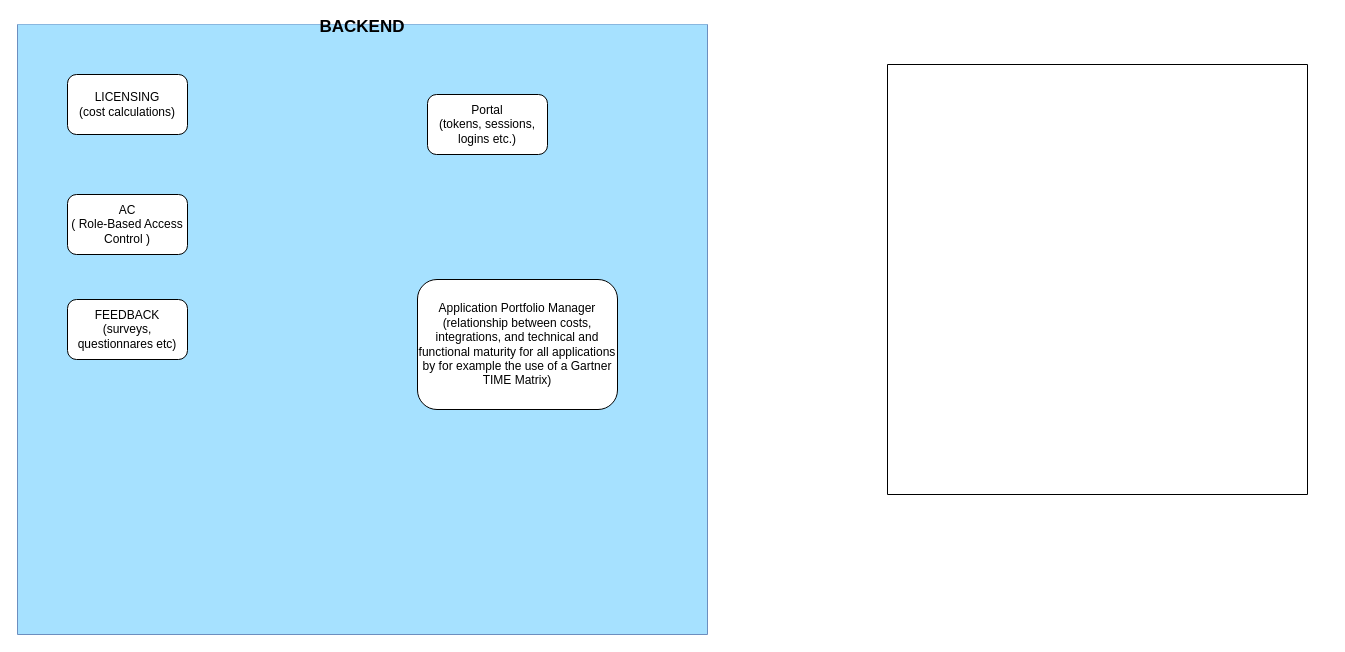
This is Untitled Diagram.drawio from buggehalvorsen/tundra, a draw.io file, before an edit. Source tidied: cells renumbered, new cells numbered last; positions are measured from the earlier drawing's top-left corner, leaving out a move shared by most shapes. Both pictures are drawn from the tidied source at 100%, with x=0, y=0 at pixel (17, 24).
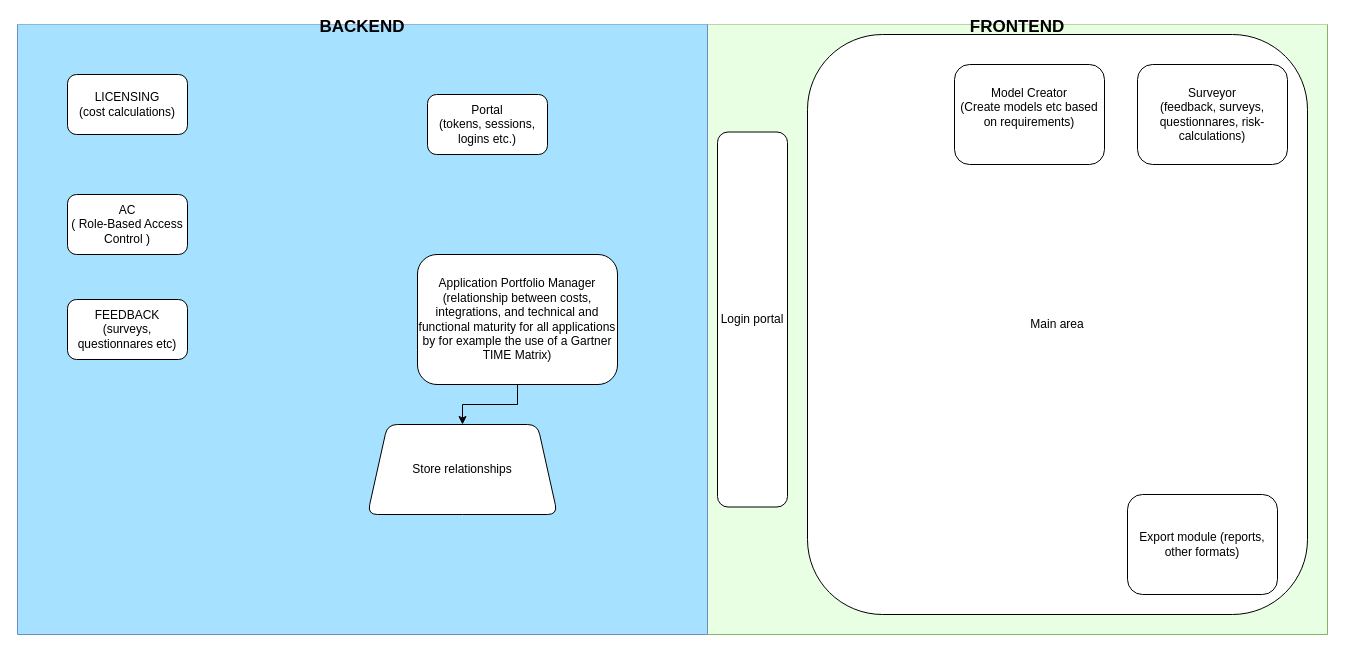
Above is the later version.

Diff of the diagram source:
```diff
@@
 <mxGraphModel>
   <root>
     <mxCell id="0" />
     <mxCell id="1" parent="0" />
-    <mxCell id="2" style="swimlane;startSize=0;" parent="1" vertex="1">
-      <mxGeometry x="870" y="40" width="420" height="430" as="geometry" />
+    <mxCell id="2" value="FRONTEND" style="swimlane;startSize=0;fillColor=#d5e8d4;strokeColor=#82b366;swimlaneFillColor=#E9FFE3;fontSize=17;" parent="1" vertex="1">
+      <mxGeometry x="690" width="620" height="610" as="geometry" />
     </mxCell>
+    <mxCell id="9" value="Login portal" style="rounded=1;whiteSpace=wrap;html=1;" parent="2" vertex="1">
+      <mxGeometry x="10" y="107.5" width="70" height="375" as="geometry" />
+    </mxCell>
+    <mxCell id="10" value="Main area" style="rounded=1;whiteSpace=wrap;html=1;" parent="2" vertex="1">
+      <mxGeometry x="100" y="10" width="500" height="580" as="geometry" />
+    </mxCell>
+    <mxCell id="11" value="Export module (reports, other formats)" style="rounded=1;whiteSpace=wrap;html=1;" parent="2" vertex="1">
+      <mxGeometry x="420" y="470" width="150" height="100" as="geometry" />
+    </mxCell>
+    <mxCell id="12" value="Model Creator&lt;br&gt;(Create models etc based on requirements)&lt;br&gt;&lt;br&gt;" style="rounded=1;whiteSpace=wrap;html=1;" parent="2" vertex="1">
+      <mxGeometry x="247" y="40" width="150" height="100" as="geometry" />
+    </mxCell>
+    <mxCell id="13" value="Surveyor&lt;br&gt;(feedback, surveys, questionnares, risk-calculations)" style="rounded=1;whiteSpace=wrap;html=1;" parent="2" vertex="1">
+      <mxGeometry x="430" y="40" width="150" height="100" as="geometry" />
+    </mxCell>
     <mxCell id="3" value="BACKEND" style="swimlane;startSize=0;fillColor=#dae8fc;strokeColor=#6C8EBF;glass=0;gradientColor=none;swimlaneFillColor=#A6E1FF;fontSize=17;" parent="1" vertex="1">
       <mxGeometry width="690" height="610" as="geometry" />
     </mxCell>
     <mxCell id="4" value="AC&lt;br&gt;( Role-Based Access Control )" style="rounded=1;whiteSpace=wrap;html=1;" parent="3" vertex="1">
       <mxGeometry x="50" y="170" width="120" height="60" as="geometry" />
     </mxCell>
+    <mxCell id="14" style="edgeStyle=orthogonalEdgeStyle;rounded=0;jettySize=auto;html=1;" parent="3" edge="1" source="5" target="15">
+      <mxGeometry relative="1" as="geometry" />
+    </mxCell>
     <mxCell id="5" value="Application Portfolio Manager&lt;br&gt;(relationship between costs, integrations, and technical and functional maturity for all applications by for example the use of a Gartner TIME Matrix)" style="rounded=1;whiteSpace=wrap;html=1;" parent="3" vertex="1">
-      <mxGeometry x="400" y="255" width="200" height="130" as="geometry" />
+      <mxGeometry x="400" y="230" width="200" height="130" as="geometry" />
     </mxCell>
     <mxCell id="6" value="LICENSING&lt;br&gt;(cost calculations)" style="rounded=1;whiteSpace=wrap;html=1;" parent="3" vertex="1">
       <mxGeometry x="50" y="50" width="120" height="60" as="geometry" />
     </mxCell>
     <mxCell id="7" value="FEEDBACK&lt;br&gt;(surveys, questionnares etc)" style="rounded=1;whiteSpace=wrap;html=1;" parent="3" vertex="1">
       <mxGeometry x="50" y="275" width="120" height="60" as="geometry" />
     </mxCell>
     <mxCell id="8" value="Portal&lt;br&gt;(tokens, sessions, logins etc.)" style="rounded=1;whiteSpace=wrap;html=1;" parent="3" vertex="1">
       <mxGeometry x="410" y="70" width="120" height="60" as="geometry" />
     </mxCell>
+    <mxCell id="15" value="Store relationships&lt;br&gt;" style="shape=trapezoid;perimeter=trapezoidPerimeter;whiteSpace=wrap;html=1;fixedSize=1;rounded=1;" parent="3" vertex="1">
+      <mxGeometry x="350" y="400" width="190" height="90" as="geometry" />
+    </mxCell>
   </root>
 </mxGraphModel>
```
